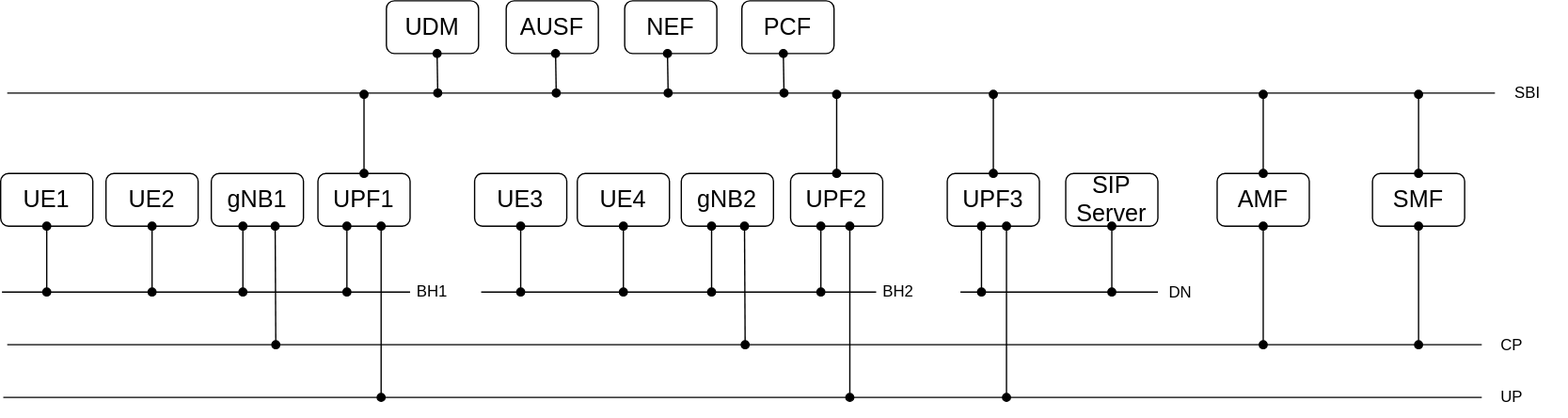
Before: scenarios/advanced/networks.drawio.svg, a diagram exported from draw.io (brianpnaughton/free5gc-lab). Source tidied: cells renumbered, new cells last; positions are measured from the earlier drawing's top-left corner, leaving out a move shared by most shapes. Its diagram source:
```xml
<mxGraphModel>
  <root>
    <mxCell id="0" />
    <mxCell id="1" parent="0" />
    <mxCell id="2" style="edgeStyle=none;html=1;exitX=0.5;exitY=1;exitDx=0;exitDy=0;startArrow=oval;startFill=1;endArrow=oval;endFill=1;" parent="1" edge="1" source="3">
      <mxGeometry relative="1" as="geometry">
        <mxPoint x="35" y="221" as="targetPoint" />
      </mxGeometry>
    </mxCell>
    <mxCell id="3" value="UE1" style="rounded=1;whiteSpace=wrap;html=1;fontSize=18;fillColor=none;" parent="1" vertex="1">
      <mxGeometry y="131" width="70" height="40" as="geometry" />
    </mxCell>
    <mxCell id="4" style="edgeStyle=none;html=1;fontSize=18;startArrow=oval;startFill=1;endArrow=oval;endFill=1;" parent="1" edge="1" source="6">
      <mxGeometry relative="1" as="geometry">
        <mxPoint x="1077" y="71" as="targetPoint" />
      </mxGeometry>
    </mxCell>
    <mxCell id="5" style="edgeStyle=none;html=1;startArrow=oval;startFill=1;endArrow=oval;endFill=1;" parent="1" edge="1" source="6">
      <mxGeometry relative="1" as="geometry">
        <mxPoint x="1077" y="261" as="targetPoint" />
      </mxGeometry>
    </mxCell>
    <mxCell id="6" value="SMF" style="rounded=1;whiteSpace=wrap;html=1;fontSize=18;fillColor=none;" parent="1" vertex="1">
      <mxGeometry x="1042" y="131" width="70" height="40" as="geometry" />
    </mxCell>
    <mxCell id="7" style="edgeStyle=none;html=1;exitX=0.5;exitY=0;exitDx=0;exitDy=0;fontSize=18;startArrow=oval;startFill=1;endArrow=oval;endFill=1;" parent="1" edge="1" source="9">
      <mxGeometry relative="1" as="geometry">
        <mxPoint x="959" y="71" as="targetPoint" />
      </mxGeometry>
    </mxCell>
    <mxCell id="8" style="edgeStyle=none;html=1;startArrow=oval;startFill=1;endArrow=oval;endFill=1;" parent="1" edge="1" source="9">
      <mxGeometry relative="1" as="geometry">
        <mxPoint x="959" y="261" as="targetPoint" />
      </mxGeometry>
    </mxCell>
    <mxCell id="9" value="AMF" style="rounded=1;whiteSpace=wrap;html=1;fontSize=18;fillColor=none;" parent="1" vertex="1">
      <mxGeometry x="924" y="131" width="70" height="40" as="geometry" />
    </mxCell>
    <mxCell id="10" value="PCF" style="rounded=1;whiteSpace=wrap;html=1;fontSize=18;fillColor=none;" parent="1" vertex="1">
      <mxGeometry x="563" width="70" height="40" as="geometry" />
    </mxCell>
    <mxCell id="11" style="edgeStyle=none;html=1;startArrow=oval;startFill=1;endArrow=oval;endFill=1;" parent="1" edge="1">
      <mxGeometry relative="1" as="geometry">
        <mxPoint x="745" y="171" as="sourcePoint" />
        <mxPoint x="745" y="221" as="targetPoint" />
      </mxGeometry>
    </mxCell>
    <mxCell id="12" style="edgeStyle=none;html=1;startArrow=oval;startFill=1;endArrow=oval;endFill=1;" parent="1" edge="1" source="13">
      <mxGeometry relative="1" as="geometry">
        <mxPoint x="754" y="71" as="targetPoint" />
      </mxGeometry>
    </mxCell>
    <mxCell id="13" value="UPF3" style="rounded=1;whiteSpace=wrap;html=1;fontSize=18;fillColor=none;" parent="1" vertex="1">
      <mxGeometry x="719" y="131" width="70" height="40" as="geometry" />
    </mxCell>
    <mxCell id="14" value="NEF" style="rounded=1;whiteSpace=wrap;html=1;fontSize=18;fillColor=none;" parent="1" vertex="1">
      <mxGeometry x="474" width="70" height="40" as="geometry" />
    </mxCell>
    <mxCell id="15" style="edgeStyle=none;html=1;startArrow=oval;startFill=1;endArrow=oval;endFill=1;" parent="1" edge="1" source="16">
      <mxGeometry relative="1" as="geometry">
        <mxPoint x="844" y="221" as="targetPoint" />
      </mxGeometry>
    </mxCell>
    <mxCell id="16" value="SIP Server" style="rounded=1;whiteSpace=wrap;html=1;fontSize=18;fillColor=none;" parent="1" vertex="1">
      <mxGeometry x="809" y="131" width="70" height="40" as="geometry" />
    </mxCell>
    <mxCell id="17" value="AUSF" style="rounded=1;whiteSpace=wrap;html=1;fontSize=18;fillColor=none;" parent="1" vertex="1">
      <mxGeometry x="384" width="70" height="40" as="geometry" />
    </mxCell>
    <mxCell id="18" style="edgeStyle=none;html=1;fontSize=18;startArrow=oval;startFill=1;endArrow=oval;endFill=1;exitX=0.75;exitY=1;exitDx=0;exitDy=0;" parent="1" edge="1">
      <mxGeometry relative="1" as="geometry">
        <mxPoint x="331.5" y="40" as="sourcePoint" />
        <mxPoint x="332" y="70" as="targetPoint" />
      </mxGeometry>
    </mxCell>
    <mxCell id="19" value="UDM" style="rounded=1;whiteSpace=wrap;html=1;fontSize=18;fillColor=none;" parent="1" vertex="1">
      <mxGeometry x="293" width="70" height="40" as="geometry" />
    </mxCell>
    <mxCell id="20" style="endArrow=none;html=1;fontSize=18;" parent="1" edge="1">
      <mxGeometry relative="1" as="geometry">
        <mxPoint x="5" y="70" as="sourcePoint" />
        <mxPoint x="1135" y="70" as="targetPoint" />
      </mxGeometry>
    </mxCell>
    <mxCell id="21" style="edgeStyle=none;html=1;fontSize=18;startArrow=oval;startFill=1;endArrow=oval;endFill=1;exitX=0.75;exitY=1;exitDx=0;exitDy=0;" parent="1" edge="1">
      <mxGeometry relative="1" as="geometry">
        <mxPoint x="421.5" y="40" as="sourcePoint" />
        <mxPoint x="422" y="70" as="targetPoint" />
      </mxGeometry>
    </mxCell>
    <mxCell id="22" style="edgeStyle=none;html=1;fontSize=18;startArrow=oval;startFill=1;endArrow=oval;endFill=1;exitX=0.75;exitY=1;exitDx=0;exitDy=0;" parent="1" edge="1">
      <mxGeometry relative="1" as="geometry">
        <mxPoint x="506.5" y="40" as="sourcePoint" />
        <mxPoint x="507" y="70" as="targetPoint" />
      </mxGeometry>
    </mxCell>
    <mxCell id="23" style="edgeStyle=none;html=1;fontSize=18;startArrow=oval;startFill=1;endArrow=oval;endFill=1;exitX=0.75;exitY=1;exitDx=0;exitDy=0;" parent="1" edge="1">
      <mxGeometry relative="1" as="geometry">
        <mxPoint x="594.5" y="40" as="sourcePoint" />
        <mxPoint x="595" y="70" as="targetPoint" />
      </mxGeometry>
    </mxCell>
    <mxCell id="24" style="edgeStyle=none;html=1;startArrow=oval;startFill=1;endArrow=oval;endFill=1;" parent="1" edge="1" source="25">
      <mxGeometry relative="1" as="geometry">
        <mxPoint x="395" y="221" as="targetPoint" />
      </mxGeometry>
    </mxCell>
    <mxCell id="25" value="UE3" style="rounded=1;whiteSpace=wrap;html=1;fontSize=18;fillColor=none;" parent="1" vertex="1">
      <mxGeometry x="360" y="131" width="70" height="40" as="geometry" />
    </mxCell>
    <mxCell id="26" style="edgeStyle=none;html=1;startArrow=oval;startFill=1;endArrow=oval;endFill=1;" parent="1" edge="1">
      <mxGeometry relative="1" as="geometry">
        <mxPoint x="540" y="171" as="sourcePoint" />
        <mxPoint x="540" y="221" as="targetPoint" />
      </mxGeometry>
    </mxCell>
    <mxCell id="27" value="gNB2" style="rounded=1;whiteSpace=wrap;html=1;fontSize=18;fillColor=none;" parent="1" vertex="1">
      <mxGeometry x="517" y="131" width="70" height="40" as="geometry" />
    </mxCell>
    <mxCell id="28" style="edgeStyle=none;html=1;startArrow=oval;startFill=1;endArrow=oval;endFill=1;" parent="1" edge="1" source="29">
      <mxGeometry relative="1" as="geometry">
        <mxPoint x="115" y="221" as="targetPoint" />
      </mxGeometry>
    </mxCell>
    <mxCell id="29" value="UE2" style="rounded=1;whiteSpace=wrap;html=1;fontSize=18;fillColor=none;" parent="1" vertex="1">
      <mxGeometry x="80" y="131" width="70" height="40" as="geometry" />
    </mxCell>
    <mxCell id="30" style="edgeStyle=none;html=1;startArrow=oval;startFill=1;endArrow=oval;endFill=1;" parent="1" edge="1" source="31">
      <mxGeometry relative="1" as="geometry">
        <mxPoint x="473" y="221" as="targetPoint" />
      </mxGeometry>
    </mxCell>
    <mxCell id="31" value="UE4" style="rounded=1;whiteSpace=wrap;html=1;fontSize=18;fillColor=none;" parent="1" vertex="1">
      <mxGeometry x="438" y="131" width="70" height="40" as="geometry" />
    </mxCell>
    <mxCell id="32" style="edgeStyle=none;html=1;startArrow=oval;startFill=1;endArrow=oval;endFill=1;" parent="1" edge="1">
      <mxGeometry relative="1" as="geometry">
        <mxPoint x="623" y="171" as="sourcePoint" />
        <mxPoint x="623" y="221" as="targetPoint" />
      </mxGeometry>
    </mxCell>
    <mxCell id="33" style="edgeStyle=none;html=1;startArrow=oval;startFill=1;endArrow=oval;endFill=1;" parent="1" edge="1" source="34">
      <mxGeometry relative="1" as="geometry">
        <mxPoint x="635" y="71" as="targetPoint" />
      </mxGeometry>
    </mxCell>
    <mxCell id="34" value="UPF2" style="rounded=1;whiteSpace=wrap;html=1;fontSize=18;fillColor=none;" parent="1" vertex="1">
      <mxGeometry x="600" y="131" width="70" height="40" as="geometry" />
    </mxCell>
    <mxCell id="35" style="edgeStyle=none;html=1;startArrow=oval;startFill=1;endArrow=oval;endFill=1;" parent="1" edge="1">
      <mxGeometry relative="1" as="geometry">
        <mxPoint x="263" y="171" as="sourcePoint" />
        <mxPoint x="263" y="221" as="targetPoint" />
      </mxGeometry>
    </mxCell>
    <mxCell id="36" style="edgeStyle=none;html=1;startArrow=oval;startFill=1;endArrow=oval;endFill=1;" parent="1" edge="1">
      <mxGeometry relative="1" as="geometry">
        <mxPoint x="289" y="171" as="sourcePoint" />
        <mxPoint x="289" y="301" as="targetPoint" />
      </mxGeometry>
    </mxCell>
    <mxCell id="37" style="edgeStyle=none;html=1;startArrow=oval;startFill=1;endArrow=oval;endFill=1;" parent="1" edge="1" source="38">
      <mxGeometry relative="1" as="geometry">
        <mxPoint x="276" y="71" as="targetPoint" />
      </mxGeometry>
    </mxCell>
    <mxCell id="38" value="UPF1" style="rounded=1;whiteSpace=wrap;html=1;fontSize=18;fillColor=none;" parent="1" vertex="1">
      <mxGeometry x="241" y="131" width="70" height="40" as="geometry" />
    </mxCell>
    <mxCell id="39" style="edgeStyle=none;html=1;startArrow=oval;startFill=1;endArrow=oval;endFill=1;" parent="1" edge="1">
      <mxGeometry relative="1" as="geometry">
        <mxPoint x="184" y="171" as="sourcePoint" />
        <mxPoint x="184" y="221" as="targetPoint" />
      </mxGeometry>
    </mxCell>
    <mxCell id="40" style="edgeStyle=none;html=1;exitX=0.75;exitY=1;exitDx=0;exitDy=0;startArrow=oval;startFill=1;endArrow=oval;endFill=1;" parent="1" edge="1">
      <mxGeometry relative="1" as="geometry">
        <mxPoint x="208.5" y="171" as="sourcePoint" />
        <mxPoint x="209" y="261" as="targetPoint" />
      </mxGeometry>
    </mxCell>
    <mxCell id="41" value="gNB1" style="rounded=1;whiteSpace=wrap;html=1;fontSize=18;fillColor=none;" parent="1" vertex="1">
      <mxGeometry x="160" y="131" width="70" height="40" as="geometry" />
    </mxCell>
    <mxCell id="42" style="endArrow=none;html=1;" parent="1" edge="1">
      <mxGeometry relative="1" as="geometry">
        <mxPoint x="1" y="221" as="sourcePoint" />
        <mxPoint x="311" y="221" as="targetPoint" />
      </mxGeometry>
    </mxCell>
    <mxCell id="43" style="endArrow=none;html=1;" parent="1" edge="1">
      <mxGeometry relative="1" as="geometry">
        <mxPoint x="665" y="221" as="sourcePoint" />
        <mxPoint x="365" y="221" as="targetPoint" />
      </mxGeometry>
    </mxCell>
    <mxCell id="44" style="endArrow=none;html=1;" parent="1" edge="1">
      <mxGeometry relative="1" as="geometry">
        <mxPoint x="879" y="221" as="sourcePoint" />
        <mxPoint x="729" y="221" as="targetPoint" />
      </mxGeometry>
    </mxCell>
    <mxCell id="45" style="endArrow=none;html=1;" parent="1" edge="1">
      <mxGeometry relative="1" as="geometry">
        <mxPoint x="1125" y="261" as="sourcePoint" />
        <mxPoint x="5" y="261" as="targetPoint" />
      </mxGeometry>
    </mxCell>
    <mxCell id="46" style="endArrow=none;html=1;" parent="1" edge="1">
      <mxGeometry relative="1" as="geometry">
        <mxPoint x="1125" y="301" as="sourcePoint" />
        <mxPoint x="2" y="301" as="targetPoint" />
      </mxGeometry>
    </mxCell>
    <mxCell id="47" style="edgeStyle=none;html=1;startArrow=oval;startFill=1;endArrow=oval;endFill=1;" parent="1" edge="1">
      <mxGeometry relative="1" as="geometry">
        <mxPoint x="645" y="171" as="sourcePoint" />
        <mxPoint x="645" y="301" as="targetPoint" />
      </mxGeometry>
    </mxCell>
    <mxCell id="48" style="edgeStyle=none;html=1;startArrow=oval;startFill=1;endArrow=oval;endFill=1;" parent="1" edge="1">
      <mxGeometry relative="1" as="geometry">
        <mxPoint x="764" y="171" as="sourcePoint" />
        <mxPoint x="764" y="301" as="targetPoint" />
      </mxGeometry>
    </mxCell>
    <mxCell id="49" style="edgeStyle=none;html=1;exitX=0.75;exitY=1;exitDx=0;exitDy=0;startArrow=oval;startFill=1;endArrow=oval;endFill=1;" parent="1" edge="1">
      <mxGeometry relative="1" as="geometry">
        <mxPoint x="565" y="171" as="sourcePoint" />
        <mxPoint x="565.5" y="261" as="targetPoint" />
      </mxGeometry>
    </mxCell>
    <mxCell id="50" value="SBI" style="text;html=1;strokeColor=none;fillColor=none;align=center;verticalAlign=middle;whiteSpace=wrap;rounded=0;" parent="1" vertex="1">
      <mxGeometry x="1130" y="55" width="60" height="30" as="geometry" />
    </mxCell>
    <mxCell id="51" value="UP" style="text;html=1;strokeColor=none;fillColor=none;align=center;verticalAlign=middle;whiteSpace=wrap;rounded=0;" parent="1" vertex="1">
      <mxGeometry x="1118" y="286" width="60" height="30" as="geometry" />
    </mxCell>
    <mxCell id="52" value="CP" style="text;html=1;strokeColor=none;fillColor=none;align=center;verticalAlign=middle;whiteSpace=wrap;rounded=0;" parent="1" vertex="1">
      <mxGeometry x="1118" y="247" width="60" height="30" as="geometry" />
    </mxCell>
    <mxCell id="53" value="DN&lt;span style=&quot;color: rgba(0, 0, 0, 0); font-family: monospace; font-size: 0px; text-align: start;&quot;&gt;%3CmxGraphModel%3E%3Croot%3E%3CmxCell%20id%3D%220%22%2F%3E%3CmxCell%20id%3D%221%22%20parent%3D%220%22%2F%3E%3CmxCell%20id%3D%222%22%20value%3D%22UP%22%20style%3D%22text%3Bhtml%3D1%3BstrokeColor%3Dnone%3BfillColor%3Dnone%3Balign%3Dcenter%3BverticalAlign%3Dmiddle%3BwhiteSpace%3Dwrap%3Brounded%3D0%3B%22%20vertex%3D%221%22%20parent%3D%221%22%3E%3CmxGeometry%20x%3D%221133%22%20y%3D%22395%22%20width%3D%2260%22%20height%3D%2230%22%20as%3D%22geometry%22%2F%3E%3C%2FmxCell%3E%3C%2Froot%3E%3C%2FmxGraphModel%3E&lt;/span&gt;" style="text;html=1;strokeColor=none;fillColor=none;align=center;verticalAlign=middle;whiteSpace=wrap;rounded=0;" parent="1" vertex="1">
      <mxGeometry x="868" y="207" width="60" height="30" as="geometry" />
    </mxCell>
    <mxCell id="54" value="BH2" style="text;html=1;strokeColor=none;fillColor=none;align=center;verticalAlign=middle;whiteSpace=wrap;rounded=0;" parent="1" vertex="1">
      <mxGeometry x="652" y="206" width="60" height="30" as="geometry" />
    </mxCell>
    <mxCell id="55" value="BH1" style="text;html=1;strokeColor=none;fillColor=none;align=center;verticalAlign=middle;whiteSpace=wrap;rounded=0;" parent="1" vertex="1">
      <mxGeometry x="298" y="206" width="60" height="30" as="geometry" />
    </mxCell>
  </root>
</mxGraphModel>
```
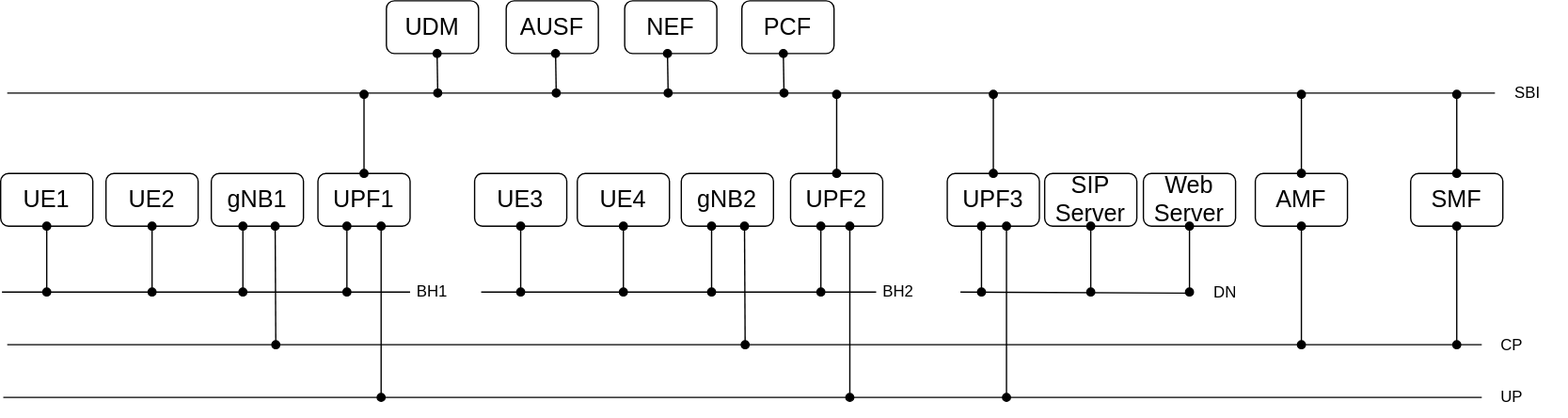
Above is the later version.

What changed in the source:
```diff
@@ -12,29 +12,29 @@
     </mxCell>
     <mxCell id="4" style="edgeStyle=none;html=1;fontSize=18;startArrow=oval;startFill=1;endArrow=oval;endFill=1;" parent="1" edge="1" source="6">
       <mxGeometry relative="1" as="geometry">
-        <mxPoint x="1077" y="71" as="targetPoint" />
+        <mxPoint x="1106" y="71" as="targetPoint" />
       </mxGeometry>
     </mxCell>
     <mxCell id="5" style="edgeStyle=none;html=1;startArrow=oval;startFill=1;endArrow=oval;endFill=1;" parent="1" edge="1" source="6">
       <mxGeometry relative="1" as="geometry">
-        <mxPoint x="1077" y="261" as="targetPoint" />
+        <mxPoint x="1106" y="261" as="targetPoint" />
       </mxGeometry>
     </mxCell>
     <mxCell id="6" value="SMF" style="rounded=1;whiteSpace=wrap;html=1;fontSize=18;fillColor=none;" parent="1" vertex="1">
-      <mxGeometry x="1042" y="131" width="70" height="40" as="geometry" />
+      <mxGeometry x="1071" y="131" width="70" height="40" as="geometry" />
     </mxCell>
     <mxCell id="7" style="edgeStyle=none;html=1;exitX=0.5;exitY=0;exitDx=0;exitDy=0;fontSize=18;startArrow=oval;startFill=1;endArrow=oval;endFill=1;" parent="1" edge="1" source="9">
       <mxGeometry relative="1" as="geometry">
-        <mxPoint x="959" y="71" as="targetPoint" />
+        <mxPoint x="988" y="71" as="targetPoint" />
       </mxGeometry>
     </mxCell>
     <mxCell id="8" style="edgeStyle=none;html=1;startArrow=oval;startFill=1;endArrow=oval;endFill=1;" parent="1" edge="1" source="9">
       <mxGeometry relative="1" as="geometry">
-        <mxPoint x="959" y="261" as="targetPoint" />
+        <mxPoint x="988" y="261" as="targetPoint" />
       </mxGeometry>
     </mxCell>
     <mxCell id="9" value="AMF" style="rounded=1;whiteSpace=wrap;html=1;fontSize=18;fillColor=none;" parent="1" vertex="1">
-      <mxGeometry x="924" y="131" width="70" height="40" as="geometry" />
+      <mxGeometry x="953" y="131" width="70" height="40" as="geometry" />
     </mxCell>
     <mxCell id="10" value="PCF" style="rounded=1;whiteSpace=wrap;html=1;fontSize=18;fillColor=none;" parent="1" vertex="1">
       <mxGeometry x="563" width="70" height="40" as="geometry" />
@@ -58,11 +58,11 @@
     </mxCell>
     <mxCell id="15" style="edgeStyle=none;html=1;startArrow=oval;startFill=1;endArrow=oval;endFill=1;" parent="1" edge="1" source="16">
       <mxGeometry relative="1" as="geometry">
-        <mxPoint x="844" y="221" as="targetPoint" />
+        <mxPoint x="828" y="221" as="targetPoint" />
       </mxGeometry>
     </mxCell>
     <mxCell id="16" value="SIP Server" style="rounded=1;whiteSpace=wrap;html=1;fontSize=18;fillColor=none;" parent="1" vertex="1">
-      <mxGeometry x="809" y="131" width="70" height="40" as="geometry" />
+      <mxGeometry x="793" y="131" width="70" height="40" as="geometry" />
     </mxCell>
     <mxCell id="17" value="AUSF" style="rounded=1;whiteSpace=wrap;html=1;fontSize=18;fillColor=none;" parent="1" vertex="1">
       <mxGeometry x="384" width="70" height="40" as="geometry" />
@@ -194,9 +194,8 @@
         <mxPoint x="365" y="221" as="targetPoint" />
       </mxGeometry>
     </mxCell>
-    <mxCell id="44" style="endArrow=none;html=1;" parent="1" edge="1">
+    <mxCell id="44" style="endArrow=none;html=1;" parent="1" edge="1" source="53">
       <mxGeometry relative="1" as="geometry">
-        <mxPoint x="879" y="221" as="sourcePoint" />
         <mxPoint x="729" y="221" as="targetPoint" />
       </mxGeometry>
     </mxCell>
@@ -240,7 +239,7 @@
       <mxGeometry x="1118" y="247" width="60" height="30" as="geometry" />
     </mxCell>
     <mxCell id="53" value="DN&lt;span style=&quot;color: rgba(0, 0, 0, 0); font-family: monospace; font-size: 0px; text-align: start;&quot;&gt;%3CmxGraphModel%3E%3Croot%3E%3CmxCell%20id%3D%220%22%2F%3E%3CmxCell%20id%3D%221%22%20parent%3D%220%22%2F%3E%3CmxCell%20id%3D%222%22%20value%3D%22UP%22%20style%3D%22text%3Bhtml%3D1%3BstrokeColor%3Dnone%3BfillColor%3Dnone%3Balign%3Dcenter%3BverticalAlign%3Dmiddle%3BwhiteSpace%3Dwrap%3Brounded%3D0%3B%22%20vertex%3D%221%22%20parent%3D%221%22%3E%3CmxGeometry%20x%3D%221133%22%20y%3D%22395%22%20width%3D%2260%22%20height%3D%2230%22%20as%3D%22geometry%22%2F%3E%3C%2FmxCell%3E%3C%2Froot%3E%3C%2FmxGraphModel%3E&lt;/span&gt;" style="text;html=1;strokeColor=none;fillColor=none;align=center;verticalAlign=middle;whiteSpace=wrap;rounded=0;" parent="1" vertex="1">
-      <mxGeometry x="868" y="207" width="60" height="30" as="geometry" />
+      <mxGeometry x="902" y="207" width="60" height="30" as="geometry" />
     </mxCell>
     <mxCell id="54" value="BH2" style="text;html=1;strokeColor=none;fillColor=none;align=center;verticalAlign=middle;whiteSpace=wrap;rounded=0;" parent="1" vertex="1">
       <mxGeometry x="652" y="206" width="60" height="30" as="geometry" />
@@ -248,5 +247,13 @@
     <mxCell id="55" value="BH1" style="text;html=1;strokeColor=none;fillColor=none;align=center;verticalAlign=middle;whiteSpace=wrap;rounded=0;" parent="1" vertex="1">
       <mxGeometry x="298" y="206" width="60" height="30" as="geometry" />
     </mxCell>
+    <mxCell id="56" style="edgeStyle=none;html=1;startArrow=oval;startFill=1;endArrow=oval;endFill=1;" parent="1" edge="1" source="57">
+      <mxGeometry relative="1" as="geometry">
+        <mxPoint x="903" y="221" as="targetPoint" />
+      </mxGeometry>
+    </mxCell>
+    <mxCell id="57" value="Web Server" style="rounded=1;whiteSpace=wrap;html=1;fontSize=18;fillColor=none;" parent="1" vertex="1">
+      <mxGeometry x="868" y="131" width="70" height="40" as="geometry" />
+    </mxCell>
   </root>
 </mxGraphModel>
```
